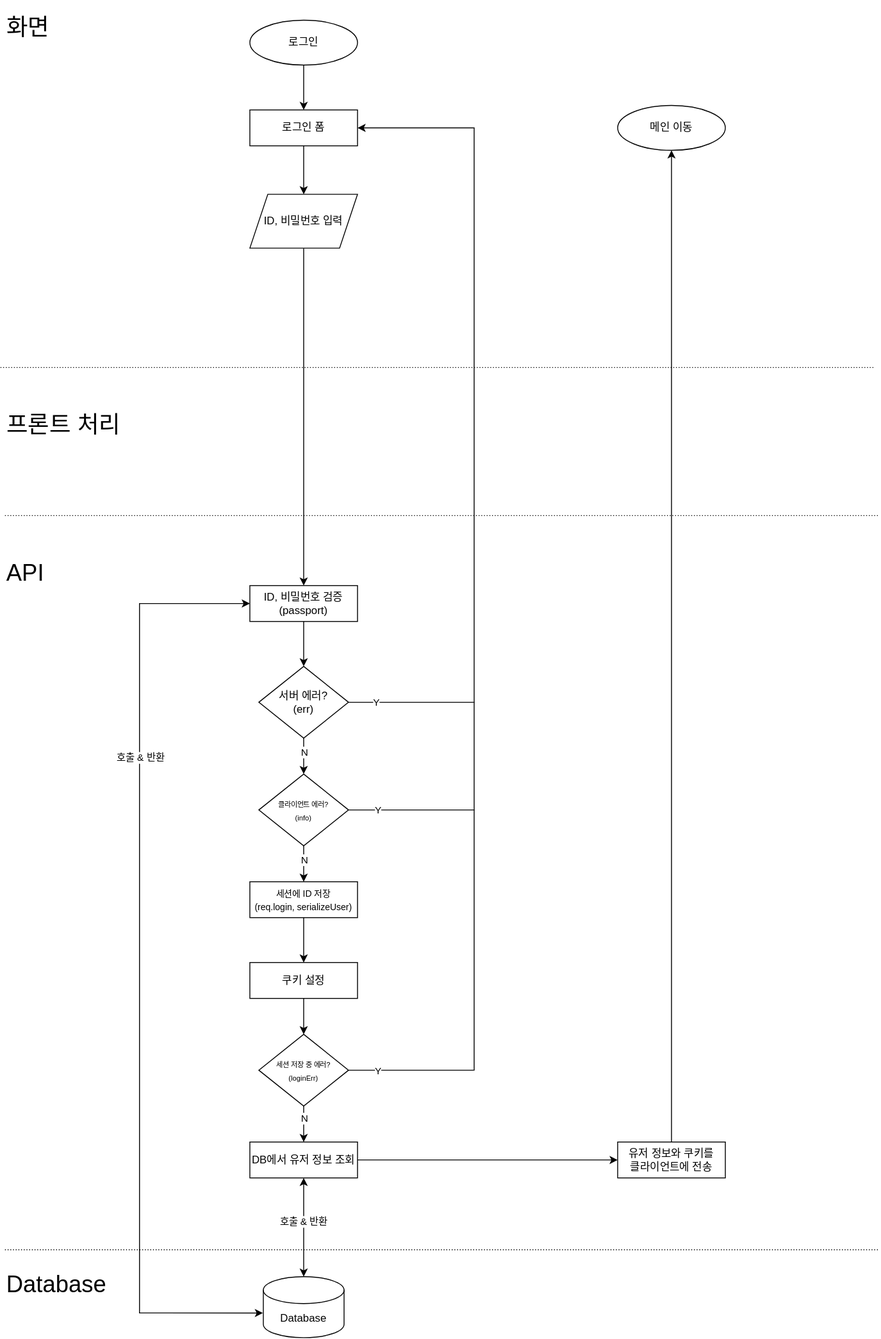
Above: docs/2. 설계/2.2 소프트웨어 설계/2.2.3 플로차트/일반 로그인.svg in sarifor/cart-connect-market (draw.io), before the change. Source tidied: cells renumbered, new cells last; positions are measured from the earlier drawing's top-left corner, leaving out a move shared by most shapes.
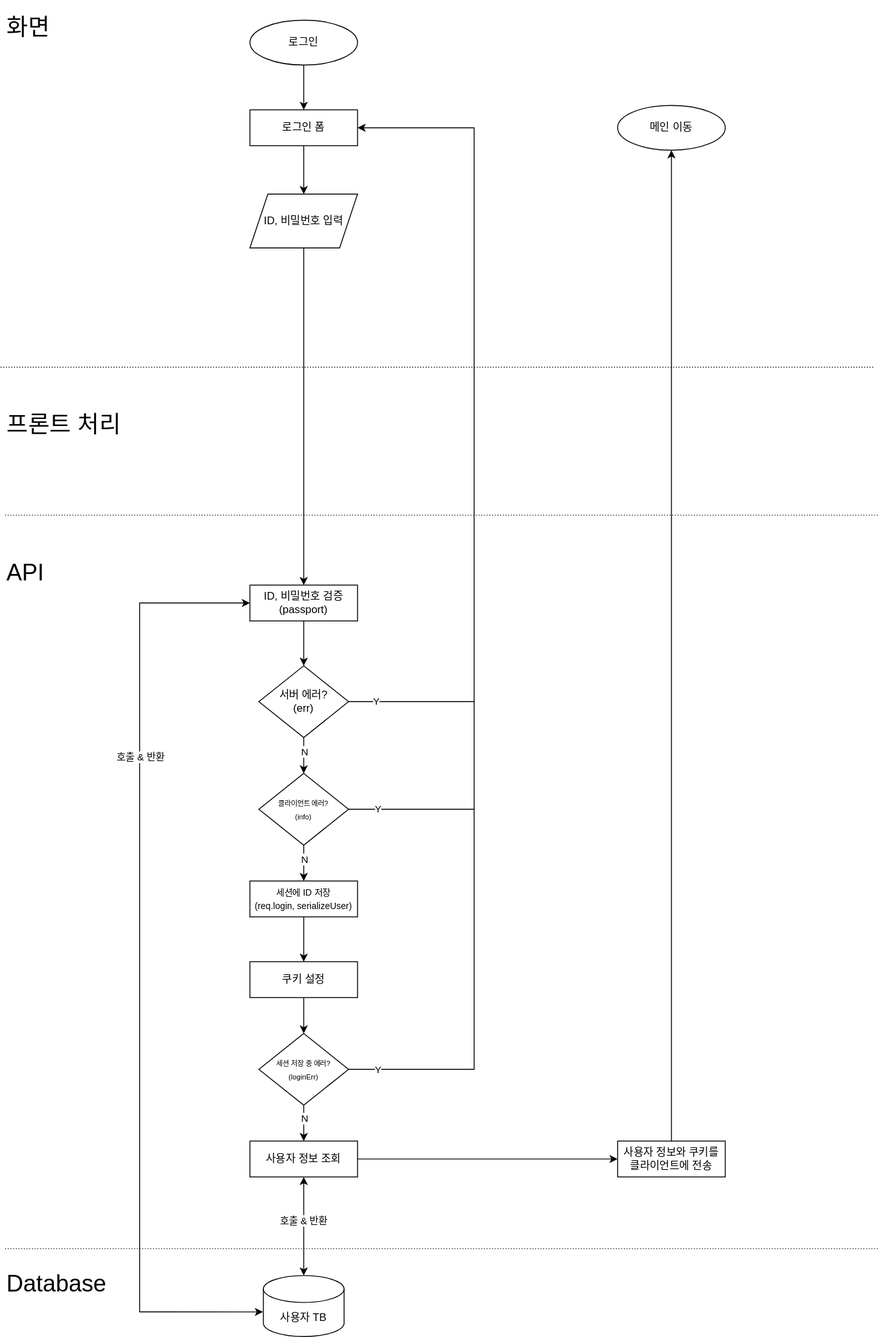
Above is the later version.

Diff of the diagram source:
```diff
@@ -44,7 +44,7 @@
         <mxPoint y="-140" as="offset" />
       </mxGeometry>
     </mxCell>
-    <mxCell id="13" value="Database" style="shape=cylinder3;whiteSpace=wrap;html=1;boundedLbl=1;backgroundOutline=1;size=15;" parent="1" vertex="1">
+    <mxCell id="13" value="사용자 TB" style="shape=cylinder3;whiteSpace=wrap;html=1;boundedLbl=1;backgroundOutline=1;size=15;" parent="1" vertex="1">
       <mxGeometry x="293" y="1422" width="90" height="68" as="geometry" />
     </mxCell>
     <mxCell id="14" value="&lt;font style=&quot;font-size: 26px;&quot;&gt;화면&lt;/font&gt;" style="text;html=1;align=left;verticalAlign=middle;whiteSpace=wrap;rounded=0;" parent="1" vertex="1">
@@ -112,7 +112,7 @@
     <mxCell id="33" style="edgeStyle=orthogonalEdgeStyle;rounded=0;jettySize=auto;html=1;entryX=0;entryY=0.5;entryDx=0;entryDy=0;" parent="1" edge="1" source="34" target="36">
       <mxGeometry relative="1" as="geometry" />
     </mxCell>
-    <mxCell id="34" value="DB에서 유저 정보 조회" style="rounded=0;whiteSpace=wrap;html=1;fontSize=12;glass=0;strokeWidth=1;shadow=0;" parent="1" vertex="1">
+    <mxCell id="34" value="사용자 정보 조회" style="rounded=0;whiteSpace=wrap;html=1;fontSize=12;glass=0;strokeWidth=1;shadow=0;" parent="1" vertex="1">
       <mxGeometry x="278" y="1272" width="120" height="40" as="geometry" />
     </mxCell>
     <mxCell id="35" style="edgeStyle=orthogonalEdgeStyle;rounded=0;jettySize=auto;html=1;entryX=0.5;entryY=1;entryDx=0;entryDy=0;" parent="1" edge="1" source="36" target="37">
@@ -123,7 +123,7 @@
         </Array>
       </mxGeometry>
     </mxCell>
-    <mxCell id="36" value="유저 정보와 쿠키를&lt;div&gt;클라이언트에 전송&lt;/div&gt;" style="rounded=0;whiteSpace=wrap;html=1;fontSize=12;glass=0;strokeWidth=1;shadow=0;" parent="1" vertex="1">
+    <mxCell id="36" value="사용자 정보와 쿠키를&lt;div&gt;클라이언트에 전송&lt;/div&gt;" style="rounded=0;whiteSpace=wrap;html=1;fontSize=12;glass=0;strokeWidth=1;shadow=0;" parent="1" vertex="1">
       <mxGeometry x="688" y="1272" width="120" height="40" as="geometry" />
     </mxCell>
     <mxCell id="37" value="메인 이동" style="ellipse;whiteSpace=wrap;html=1;" parent="1" vertex="1">
```
